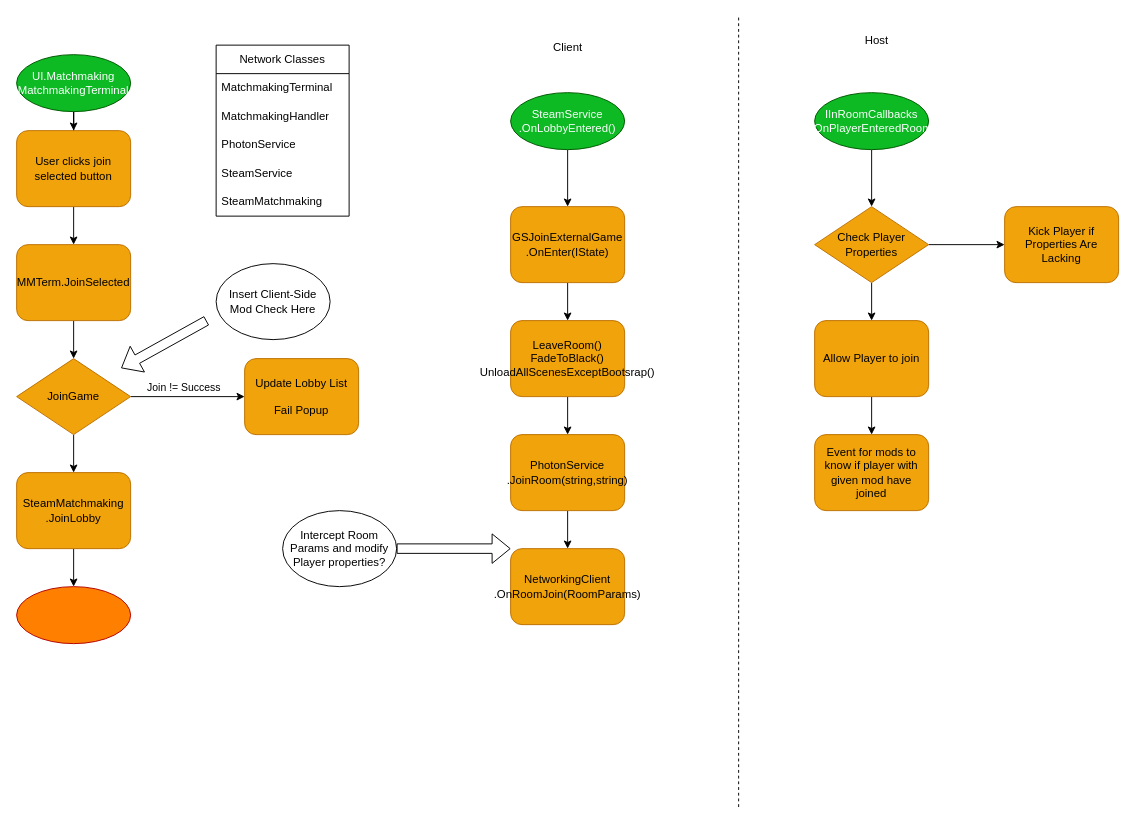
Void-Crew-Modding-Team/Diagrams keeps this draw.io diagram as MutiplayerModRequirements.drawio. Above is the earlier version. Source tidied: cells renumbered, new cells numbered last; positions are measured from the earlier drawing's top-left corner, leaving out a move shared by most shapes. Both pictures are drawn from the tidied source at 95%, with x=0, y=0 at pixel (16, 16).
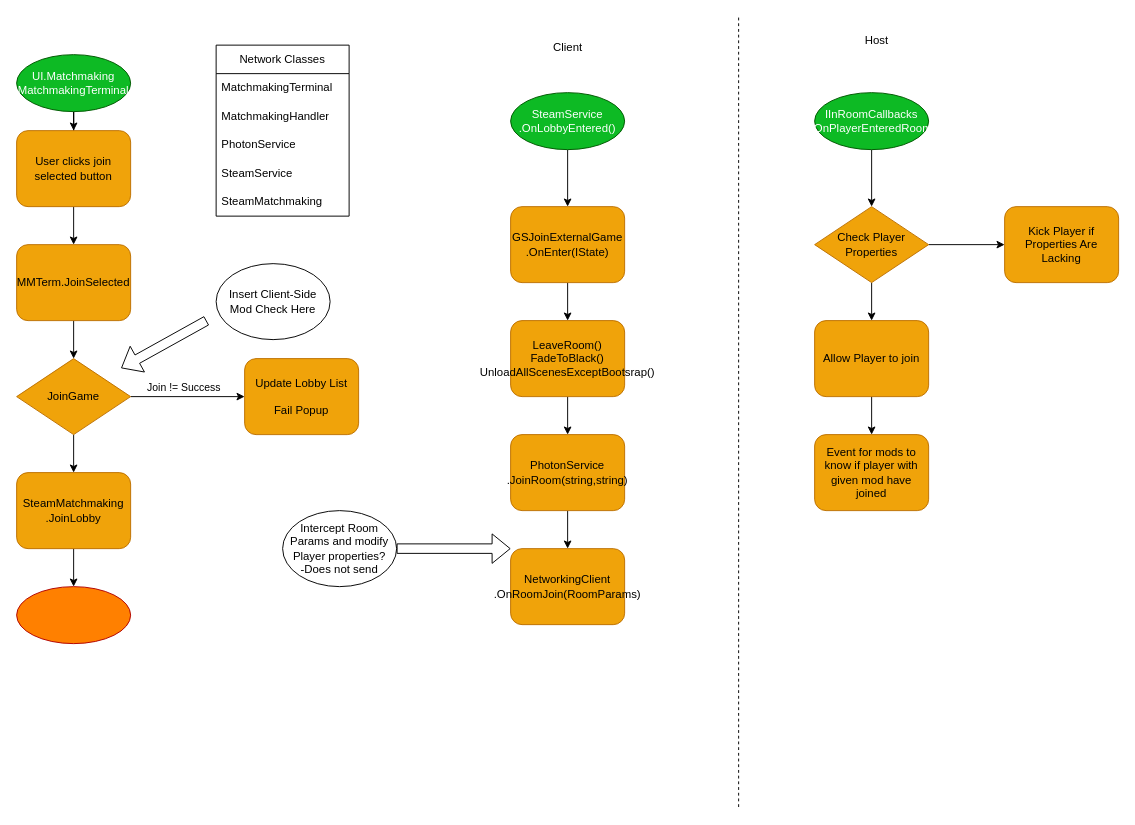
Above is the later version.

Change to the diagram source:
```diff
@@
-    <mxCell id="36" value="Intercept Room Params and modify Player properties?" style="ellipse;whiteSpace=wrap;html=1;" parent="1" vertex="1">
+    <mxCell id="36" value="Intercept Room Params and modify Player properties?&lt;br&gt;-Does not send" style="ellipse;whiteSpace=wrap;html=1;" parent="1" vertex="1">
       <mxGeometry x="280" y="520" width="120" height="80" as="geometry" />
     </mxCell>
```
